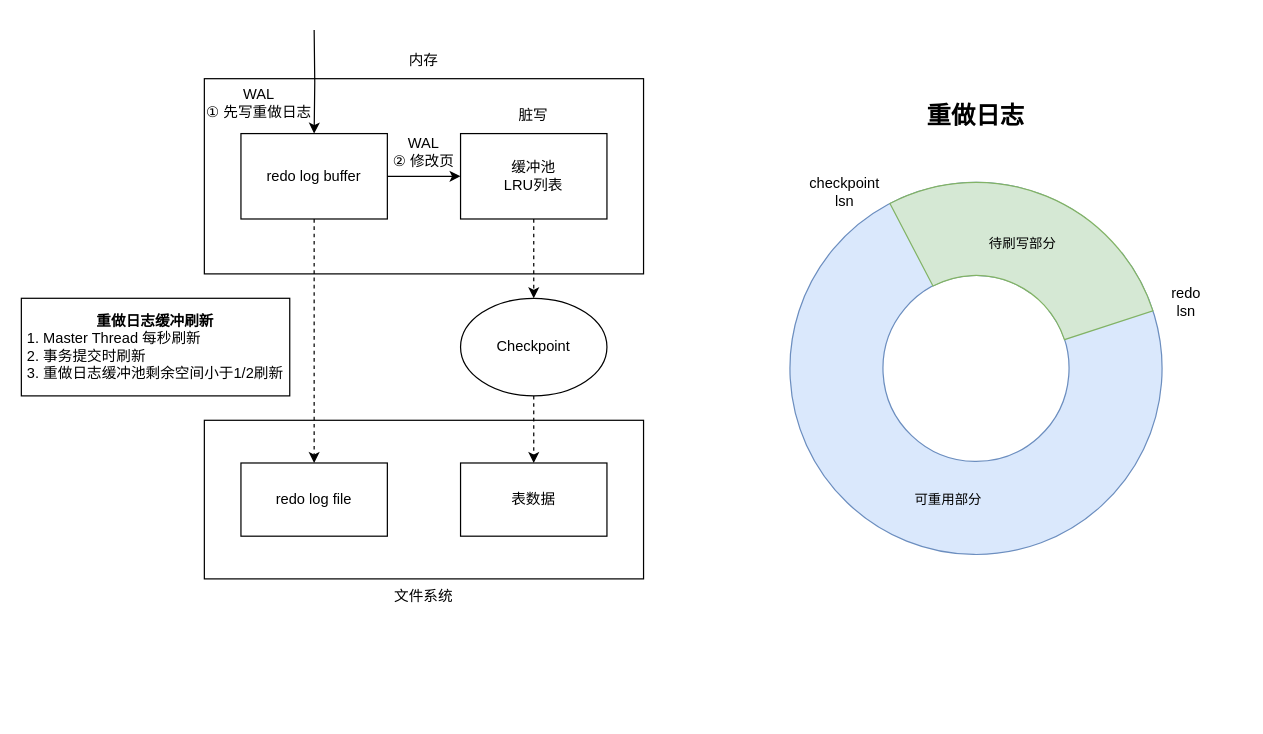
Zerxoi/notes keeps this draw.io diagram as mysql/1.MySQL体系结构和InnoDB/imgs/checkpoint.drawio. Above is the earlier version. Source tidied: cells renumbered, new cells numbered last; positions are measured from the earlier drawing's top-left corner, leaving out a move shared by most shapes. Both pictures are drawn from the tidied source at 122%, with x=0, y=0 at pixel (21, 29).
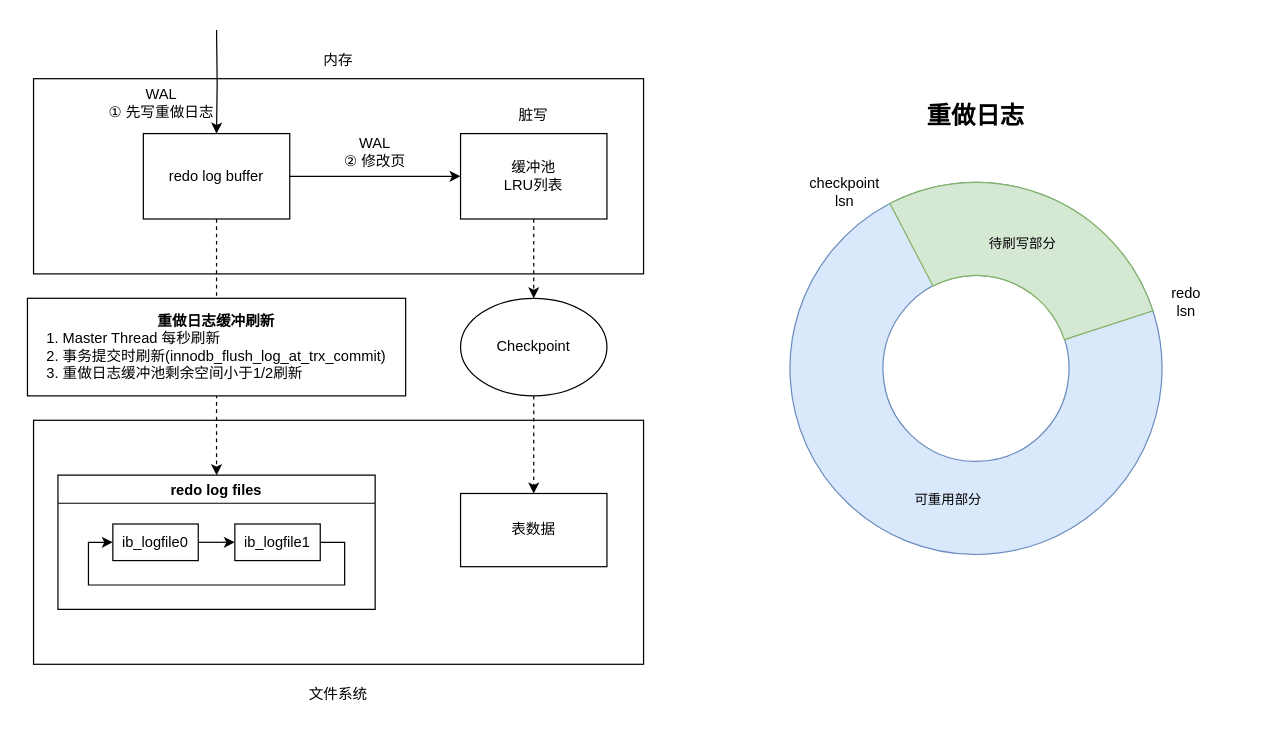
The same page after the edit.

Commit message (it also covers changes not shown here):
增加重做缓冲细节

Change to the diagram source:
```diff
@@
     <mxCell id="2" style="rounded=0;whiteSpace=wrap;html=1;" parent="1" vertex="1">
-      <mxGeometry x="150" y="40" width="360" height="160" as="geometry" />
+      <mxGeometry x="10" y="40" width="500" height="160" as="geometry" />
     </mxCell>
     <mxCell id="3" style="rounded=0;whiteSpace=wrap;html=1;" parent="1" vertex="1">
-      <mxGeometry x="150" y="320" width="360" height="130" as="geometry" />
+      <mxGeometry x="10" y="320" width="500" height="200" as="geometry" />
     </mxCell>
-    <mxCell id="4" style="edgeStyle=orthogonalEdgeStyle;rounded=0;jettySize=auto;html=1;exitX=0.5;exitY=1;exitDx=0;exitDy=0;entryX=0.5;entryY=0;entryDx=0;entryDy=0;dashed=1;" parent="1" edge="1" source="5" target="8">
+    <mxCell id="4" style="edgeStyle=orthogonalEdgeStyle;rounded=0;jettySize=auto;html=1;exitX=0.5;exitY=1;exitDx=0;exitDy=0;dashed=1;" parent="1" edge="1" source="5" target="27">
       <mxGeometry relative="1" as="geometry" />
     </mxCell>
     <mxCell id="5" value="redo log buffer" style="rounded=0;whiteSpace=wrap;html=1;" parent="1" vertex="1">
-      <mxGeometry x="180" y="85" width="120" height="70" as="geometry" />
+      <mxGeometry x="100" y="85" width="120" height="70" as="geometry" />
     </mxCell>
@@
-    <mxCell id="8" value="redo log file" style="rounded=0;whiteSpace=wrap;html=1;" parent="1" vertex="1">
-      <mxGeometry x="180" y="355" width="120" height="60" as="geometry" />
-    </mxCell>
     <mxCell id="9" value="表数据" style="rounded=0;whiteSpace=wrap;html=1;" parent="1" vertex="1">
-      <mxGeometry x="360" y="355" width="120" height="60" as="geometry" />
+      <mxGeometry x="360" y="380" width="120" height="60" as="geometry" />
     </mxCell>
@@
     <mxCell id="11" style="edgeStyle=orthogonalEdgeStyle;rounded=0;jettySize=auto;html=1;entryX=0.5;entryY=0;entryDx=0;entryDy=0;startArrow=none;startFill=0;endArrow=classic;endFill=1;" parent="1" edge="1" target="5">
       <mxGeometry relative="1" as="geometry">
-        <mxPoint x="240" as="sourcePoint" />
+        <mxPoint x="160" as="sourcePoint" />
       </mxGeometry>
     </mxCell>
     <mxCell id="12" value="WAL&lt;br&gt;② 修改页" style="text;html=1;strokeColor=none;fillColor=none;align=center;verticalAlign=middle;whiteSpace=wrap;rounded=0;" parent="1" vertex="1">
-      <mxGeometry x="300" y="85" width="60" height="30" as="geometry" />
+      <mxGeometry x="260" y="85" width="60" height="30" as="geometry" />
     </mxCell>
     <mxCell id="13" value="内存" style="text;html=1;strokeColor=none;fillColor=none;align=center;verticalAlign=middle;whiteSpace=wrap;rounded=0;" parent="1" vertex="1">
-      <mxGeometry x="300" y="10" width="60" height="30" as="geometry" />
+      <mxGeometry x="230" y="10" width="60" height="30" as="geometry" />
     </mxCell>
     <mxCell id="14" value="文件系统" style="text;html=1;strokeColor=none;fillColor=none;align=center;verticalAlign=middle;whiteSpace=wrap;rounded=0;" parent="1" vertex="1">
-      <mxGeometry x="300" y="450" width="60" height="30" as="geometry" />
+      <mxGeometry x="230" y="530" width="60" height="30" as="geometry" />
     </mxCell>
@@
-    <mxCell id="16" value="&lt;div&gt;&lt;b&gt;重做日志缓冲刷新&lt;/b&gt;&lt;/div&gt;&lt;div style=&quot;text-align: left&quot;&gt;1. Master Thread 每秒刷新&lt;/div&gt;&lt;div style=&quot;text-align: left&quot;&gt;2. 事务提交时刷新&lt;/div&gt;&lt;div style=&quot;text-align: left&quot;&gt;3. 重做日志缓冲池剩余空间小于1/2刷新&lt;/div&gt;" style="rounded=0;whiteSpace=wrap;html=1;" parent="1" vertex="1">
-      <mxGeometry y="220" width="220" height="80" as="geometry" />
+    <mxCell id="16" value="&lt;div&gt;&lt;b&gt;重做日志缓冲刷新&lt;/b&gt;&lt;/div&gt;&lt;div style=&quot;text-align: left&quot;&gt;1. Master Thread 每秒刷新&lt;/div&gt;&lt;div style=&quot;text-align: left&quot;&gt;2. 事务提交时刷新(innodb_flush_log_at_trx_commit)&lt;/div&gt;&lt;div style=&quot;text-align: left&quot;&gt;3. 重做日志缓冲池剩余空间小于1/2刷新&lt;/div&gt;" style="rounded=0;whiteSpace=wrap;html=1;" parent="1" vertex="1">
+      <mxGeometry x="5" y="220" width="310" height="80" as="geometry" />
     </mxCell>
@@
     <mxCell id="19" value="WAL&lt;br&gt;① 先写重做日志" style="text;html=1;strokeColor=none;fillColor=none;align=center;verticalAlign=middle;whiteSpace=wrap;rounded=0;" parent="1" vertex="1">
-      <mxGeometry x="150" y="40" width="90" height="40" as="geometry" />
+      <mxGeometry x="70" y="40" width="90" height="40" as="geometry" />
     </mxCell>
@@
+    <mxCell id="27" value="redo log files" style="swimlane;" parent="1" vertex="1">
+      <mxGeometry x="30" y="365" width="260" height="110" as="geometry" />
+    </mxCell>
+    <mxCell id="28" style="edgeStyle=orthogonalEdgeStyle;rounded=0;jettySize=auto;html=1;exitX=1;exitY=0.5;exitDx=0;exitDy=0;entryX=0;entryY=0.5;entryDx=0;entryDy=0;" parent="27" edge="1" source="29" target="31">
+      <mxGeometry relative="1" as="geometry" />
+    </mxCell>
+    <mxCell id="29" value="ib_logfile0" style="rounded=0;whiteSpace=wrap;html=1;" parent="27" vertex="1">
+      <mxGeometry x="45" y="40" width="70" height="30" as="geometry" />
+    </mxCell>
+    <mxCell id="30" style="edgeStyle=orthogonalEdgeStyle;rounded=0;jettySize=auto;html=1;exitX=1;exitY=0.5;exitDx=0;exitDy=0;entryX=0;entryY=0.5;entryDx=0;entryDy=0;" parent="27" edge="1" source="31" target="29">
+      <mxGeometry relative="1" as="geometry">
+        <Array as="points">
+          <mxPoint x="235" y="55" />
+          <mxPoint x="235" y="90" />
+          <mxPoint x="25" y="90" />
+          <mxPoint x="25" y="55" />
+        </Array>
+      </mxGeometry>
+    </mxCell>
+    <mxCell id="31" value="ib_logfile1" style="rounded=0;whiteSpace=wrap;html=1;" parent="27" vertex="1">
+      <mxGeometry x="145" y="40" width="70" height="30" as="geometry" />
+    </mxCell>
```
